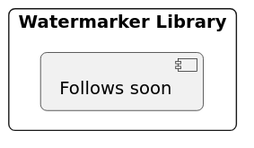
FraunhoferISST/Innamark keeps this PlantUML diagram as docs/architecture/images/05_level-2-watermarker.svg. Above is the earlier version. Its diagram source:
```plantuml
@startuml
!include style.puml

rectangle "Watermarker Library" as system {
    component "Follows soon"
}
@enduml
```
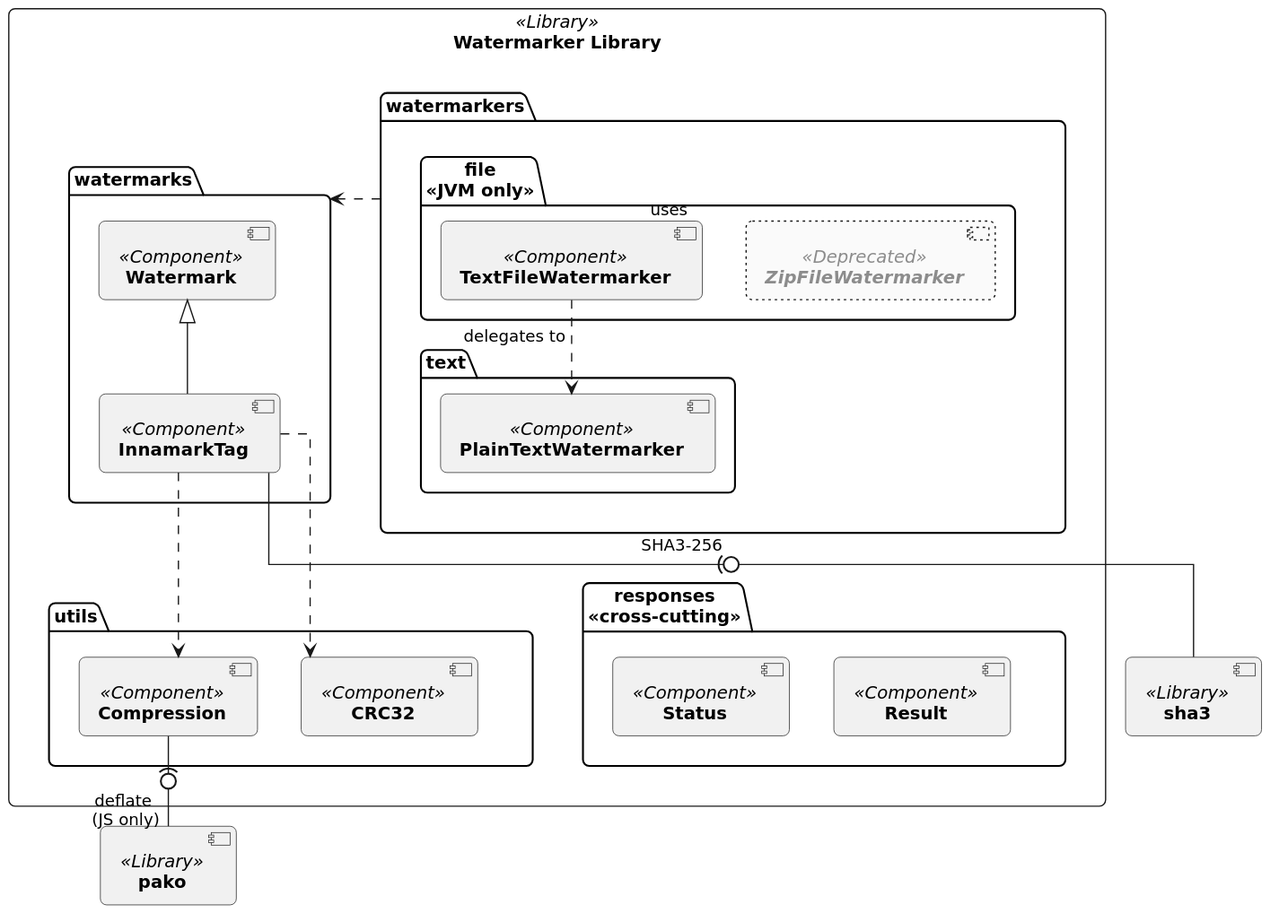
Later version of the same file.

Diff of the diagram source:
```diff
@@ -1,7 +1,51 @@
 @startuml
 !include style.puml
 
-rectangle "Watermarker Library" as system {
-    component "Follows soon"
+top to bottom direction
+skinparam linetype ortho
+
+rectangle "**Watermarker Library**" <<Library>> as system {
+    package "**watermarks**" as watermarks {
+        component "**Watermark**" <<Component>> as watermark
+        component "**InnamarkTag**" <<Component>> as innamarkTag
+    }
+
+    package "**watermarkers**" as watermarkers {
+        package "**text**" as textWM {
+            component "**PlainTextWatermarker**" <<Component>> as plainTextWM
+        }
+
+        package "**file**\n<<JVM only>>" as fileWM {
+            component "**TextFileWatermarker**" <<Component>> as textFileWM
+            component "**ZipFileWatermarker**" <<Deprecated>> as zipFileWM
+        }
+    }
+
+    package "**utils**" as utils {
+        component "**Compression**" <<Component>> as compression
+        component "**CRC32**" <<Component>> as crc32
+    }
+
+    package "**responses**\n<<cross-cutting>>" as responses {
+        component "**Status**" <<Component>> as status
+        component "**Result**" <<Component>> as result
+    }
 }
+
+
+component "**sha3**" <<Library>> as sha3
+component "**pako**" <<Library>> as pako
+
+innamarkTag ..> compression
+innamarkTag ..> crc32
+
+watermark <|-- innamarkTag
+
+watermarkers .> watermarks: uses
+textFileWM ..> plainTextWM : "delegates to "
+
+innamarkTag -(0- sha3 : SHA3-256
+compression -(0- pako : deflate\n (JS only)
+
+utils -[hidden]left- responses
 @enduml
```
